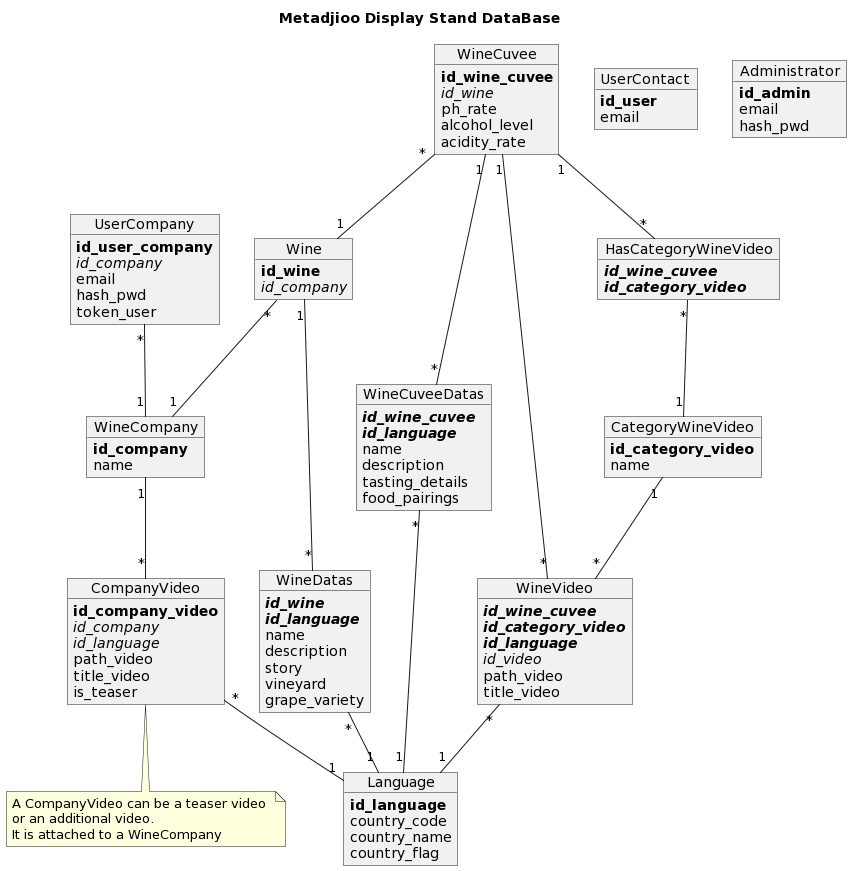
The PlantUML diagram db/db_img.png in mariusjenin/metadjioo_ds, before a commit.
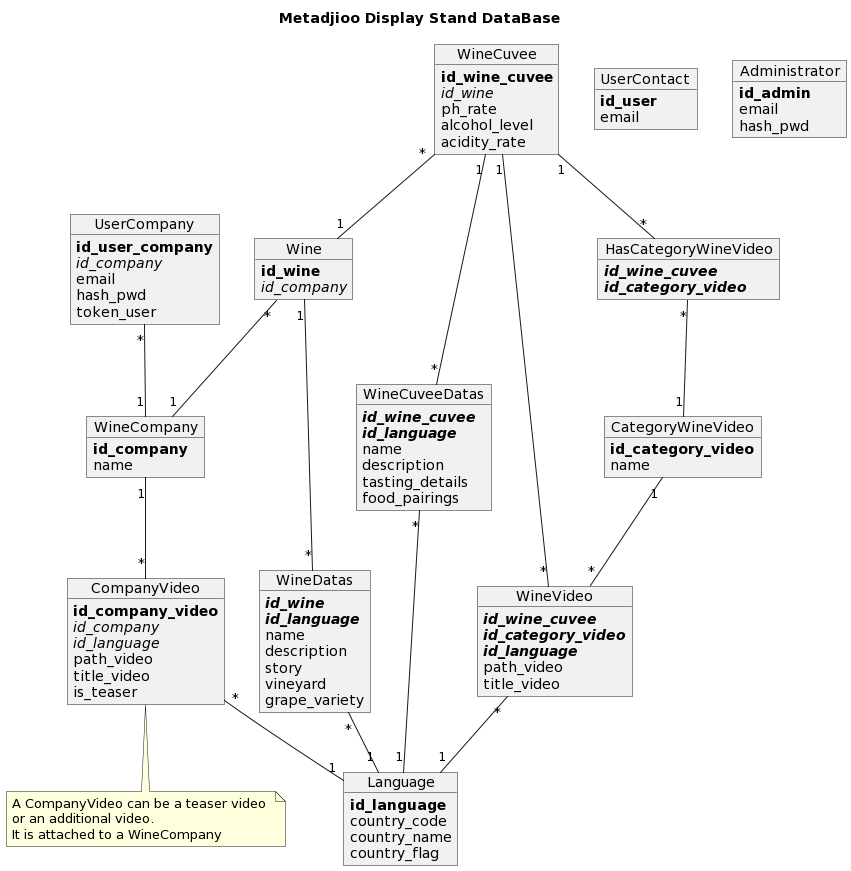
Later version of the same file.

What changed in the source:
```diff
@@ -82,7 +82,6 @@
 	//**id_wine_cuvee**//
 	//**id_category_video**//
 	//**id_language**//
-	//id_video//
 	path_video
 	title_video
 }
```
